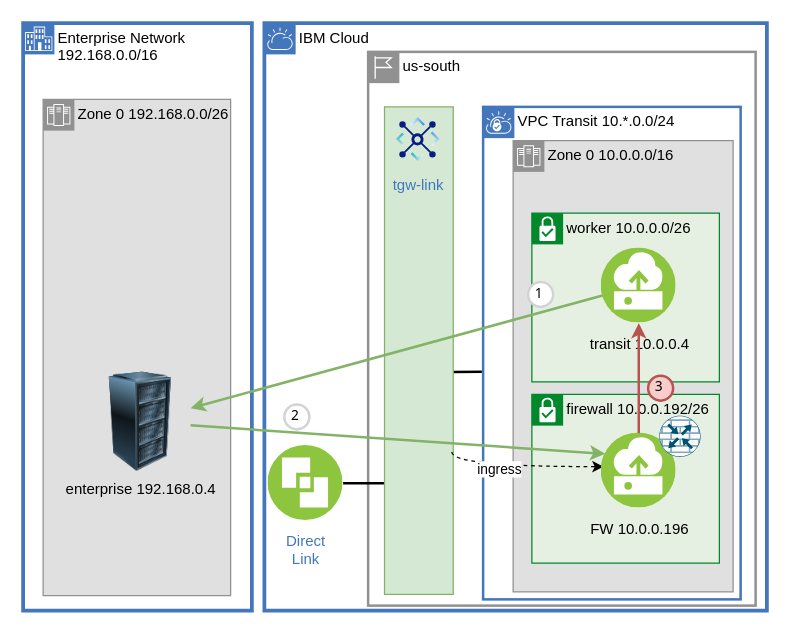
ibm-cloud-docs/solution-tutorials keeps this draw.io diagram as page "routing" (6 of 14) of diagrams/vpc-transit.drawio. Above is the earlier version. Source tidied: cells renumbered, new cells numbered last; positions are measured from the earlier drawing's top-left corner, leaving out a move shared by most shapes. Both pictures are drawn from the tidied source at 125%, with x=0, y=0 at pixel (22, 22).
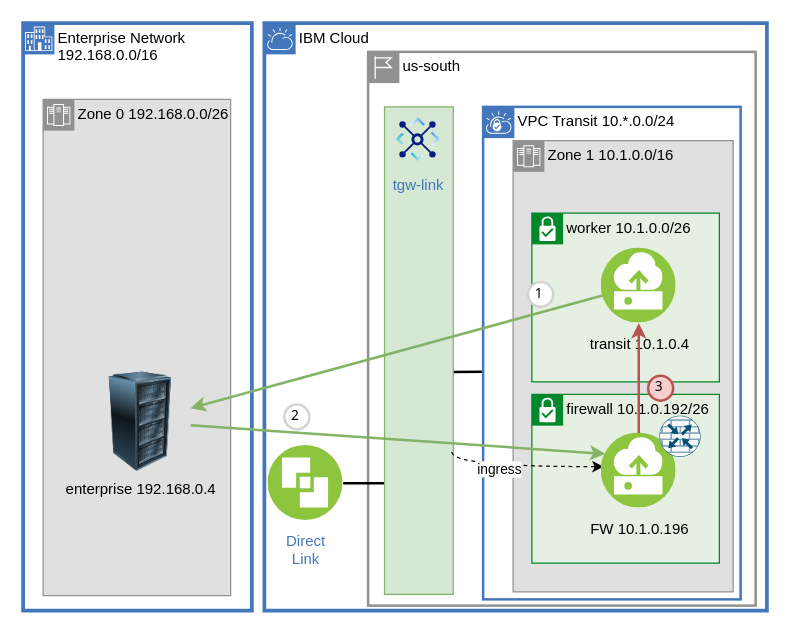
The same diagram, later.

What changed in the source:
```diff
@@
-    <mxCell id="5" value="Zone 0 10.0.0.0/16&lt;br&gt;&amp;nbsp; &amp;nbsp; &amp;nbsp; &amp;nbsp; &amp;nbsp;" style="shape=mxgraph.ibm.box;prType=zone;fontStyle=0;verticalAlign=top;align=left;spacingLeft=32;spacingTop=4;fillColor=#E0E0E0;rounded=0;whiteSpace=wrap;html=1;strokeColor=#919191;strokeWidth=1;dashed=0;spacing=-4;" parent="1" vertex="1">
+    <mxCell id="5" value="Zone 1 10.1.0.0/16&lt;br&gt;&amp;nbsp; &amp;nbsp; &amp;nbsp; &amp;nbsp; &amp;nbsp;" style="shape=mxgraph.ibm.box;prType=zone;fontStyle=0;verticalAlign=top;align=left;spacingLeft=32;spacingTop=4;fillColor=#E0E0E0;rounded=0;whiteSpace=wrap;html=1;strokeColor=#919191;strokeWidth=1;dashed=0;spacing=-4;" parent="1" vertex="1">
       <mxGeometry x="392" y="94" width="176" height="361" as="geometry" />
     </mxCell>
-    <mxCell id="6" value="firewall&amp;nbsp;10.0.0.192/26" style="shape=mxgraph.ibm.box;prType=subnet;fontStyle=0;verticalAlign=top;align=left;spacingLeft=32;spacingTop=4;fillColor=#E6F0E2;rounded=0;whiteSpace=wrap;html=1;strokeColor=#00882B;strokeWidth=1;dashed=0;spacing=-4;flipV=0;" parent="1" vertex="1">
+    <mxCell id="6" value="firewall&amp;nbsp;10.1.0.192/26" style="shape=mxgraph.ibm.box;prType=subnet;fontStyle=0;verticalAlign=top;align=left;spacingLeft=32;spacingTop=4;fillColor=#E6F0E2;rounded=0;whiteSpace=wrap;html=1;strokeColor=#00882B;strokeWidth=1;dashed=0;spacing=-4;flipV=0;" parent="1" vertex="1">
       <mxGeometry x="407" y="297" width="150" height="135" as="geometry" />
     </mxCell>
@@
-    <mxCell id="9" value="worker 10.0.0.0/26" style="shape=mxgraph.ibm.box;prType=subnet;fontStyle=0;verticalAlign=top;align=left;spacingLeft=32;spacingTop=4;fillColor=#E6F0E2;rounded=0;whiteSpace=wrap;html=1;strokeColor=#00882B;strokeWidth=1;dashed=0;spacing=-4;flipV=0;" parent="1" vertex="1">
+    <mxCell id="9" value="worker 10.1.0.0/26" style="shape=mxgraph.ibm.box;prType=subnet;fontStyle=0;verticalAlign=top;align=left;spacingLeft=32;spacingTop=4;fillColor=#E6F0E2;rounded=0;whiteSpace=wrap;html=1;strokeColor=#00882B;strokeWidth=1;dashed=0;spacing=-4;flipV=0;" parent="1" vertex="1">
       <mxGeometry x="407" y="152" width="150" height="135" as="geometry" />
     </mxCell>
@@
+    <mxCell id="14" value="enterprise 192.168.0.4" style="image;html=1;image=img/lib/clip_art/computers/Server_Rack_128x128.png;noLabel=0;labelBackgroundColor=none;" parent="12" vertex="1">
+      <mxGeometry x="54" y="279" width="80" height="80" as="geometry" />
+    </mxCell>
-    <mxCell id="13" value="transit 10.0.0.4" style="perimeter=ellipsePerimeter;html=1;align=center;shadow=0;dashed=0;fontColor=black;fontSize=12;spacingTop=3;image;image=img/lib/ibm/vpc/Instance.svg;labelBackgroundColor=none;" parent="12" vertex="1">
+    <mxCell id="13" value="transit 10.1.0.4" style="perimeter=ellipsePerimeter;html=1;align=center;shadow=0;dashed=0;fontColor=black;fontSize=12;spacingTop=3;image;image=img/lib/ibm/vpc/Instance.svg;labelBackgroundColor=none;" parent="12" vertex="1">
       <mxGeometry x="462.5" y="180" width="60" height="60" as="geometry" />
     </mxCell>
-    <mxCell id="14" value="enterprise 192.168.0.4" style="image;html=1;image=img/lib/clip_art/computers/Server_Rack_128x128.png;noLabel=0;labelBackgroundColor=none;" parent="12" vertex="1">
-      <mxGeometry x="54" y="279" width="80" height="80" as="geometry" />
-    </mxCell>
@@
-    <mxCell id="23" value="FW 10.0.0.196" style="perimeter=ellipsePerimeter;html=1;align=center;shadow=0;dashed=0;fontColor=black;fontSize=12;spacingTop=3;image;image=img/lib/ibm/vpc/Instance.svg;overflow=visible;noLabel=0;labelBackgroundColor=none;" parent="20" vertex="1">
+    <mxCell id="23" value="FW 10.1.0.196" style="perimeter=ellipsePerimeter;html=1;align=center;shadow=0;dashed=0;fontColor=black;fontSize=12;spacingTop=3;image;image=img/lib/ibm/vpc/Instance.svg;overflow=visible;noLabel=0;labelBackgroundColor=none;" parent="20" vertex="1">
       <mxGeometry x="462.5" y="328" width="60" height="60" as="geometry" />
     </mxCell>
@@
+    <mxCell id="28" style="edgeStyle=none;shape=connector;rounded=0;jettySize=auto;html=1;entryX=0.5;entryY=1;entryDx=0;entryDy=0;labelBackgroundColor=default;strokeColor=#b85450;strokeWidth=2;fontFamily=Helvetica;fontSize=11;fontColor=default;endArrow=classic;endFill=1;fillColor=#f8cecc;" parent="25" edge="1" source="23" target="13">
+      <mxGeometry relative="1" as="geometry" />
+    </mxCell>
@@
-    <mxCell id="28" style="edgeStyle=none;shape=connector;rounded=0;jettySize=auto;html=1;entryX=0.5;entryY=1;entryDx=0;entryDy=0;labelBackgroundColor=default;strokeColor=#b85450;strokeWidth=2;fontFamily=Helvetica;fontSize=11;fontColor=default;endArrow=classic;endFill=1;fillColor=#f8cecc;" parent="25" edge="1" source="23" target="13">
-      <mxGeometry relative="1" as="geometry" />
-    </mxCell>
```
